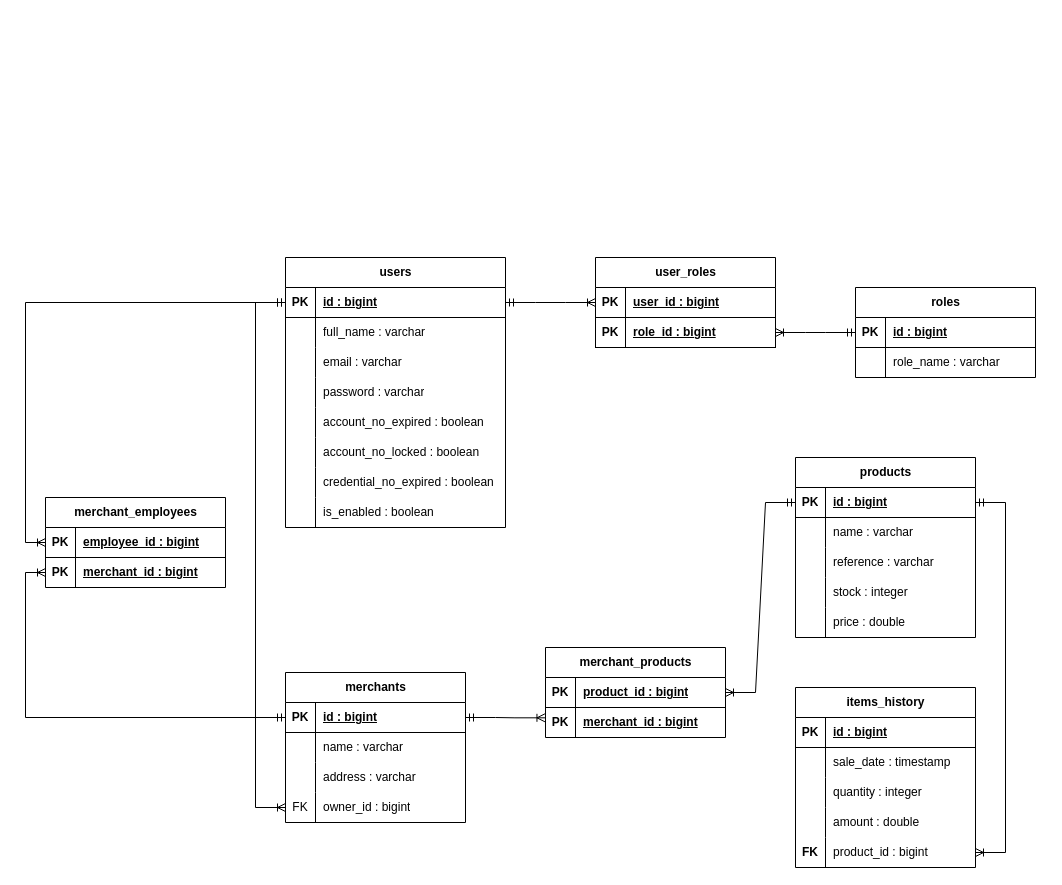
The draw.io diagram designs/MerchantDataModeler.drawio in Xxarhabia/Mercabox, before the edit. Source tidied: cells renumbered, new cells numbered last; positions are measured from the earlier drawing's top-left corner, leaving out a move shared by most shapes. Both pictures are drawn from the tidied source at 100%, with x=0, y=0 at pixel (25, 257).
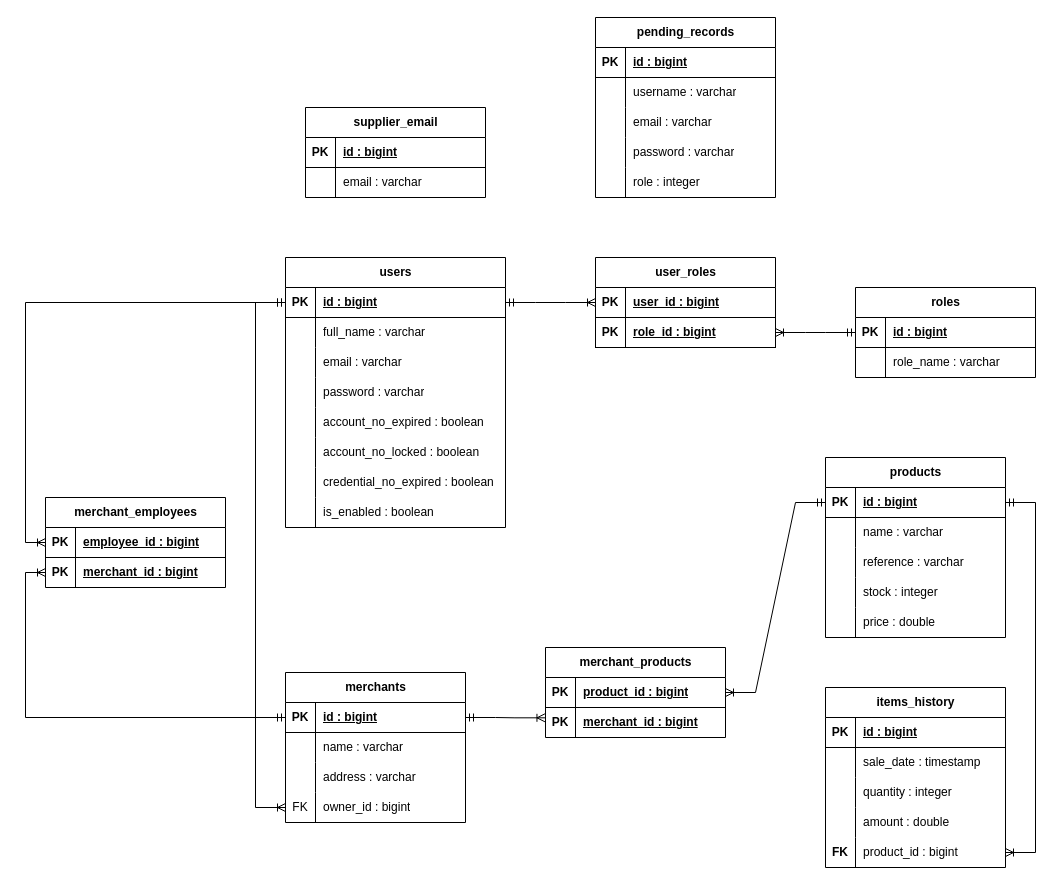
Above is the later version.

The change refers to these unchanged cells:
```xml
<mxCell id="66" style="shape=tableRow;horizontal=0;startSize=0;swimlaneHead=0;swimlaneBody=0;fillColor=none;points=[[0,0.5],[1,0.5]];portConstraint=eastwest;top=0;left=0;right=0;bottom=1;" parent="65" vertex="1">
  <mxGeometry y="30" width="180" height="30" as="geometry" />
</mxCell>
<mxCell id="103" style="shape=tableRow;horizontal=0;startSize=0;swimlaneHead=0;swimlaneBody=0;fillColor=none;points=[[0,0.5],[1,0.5]];portConstraint=eastwest;top=0;left=0;right=0;bottom=0;" parent="90" vertex="1">
  <mxGeometry y="150" width="180" height="30" as="geometry" />
</mxCell>
```

Diff of the diagram source:
```diff
@@
     <mxCell id="65" value="products" style="shape=table;startSize=30;childLayout=tableLayout;rowLines=0;fontStyle=1;align=center;html=1;" parent="1" vertex="1">
-      <mxGeometry x="770" y="200" width="180" height="180" as="geometry" />
+      <mxGeometry x="800" y="200" width="180" height="180" as="geometry" />
     </mxCell>
@@
     <mxCell id="90" value="items_history" style="shape=table;startSize=30;childLayout=tableLayout;rowLines=0;fontStyle=1;align=center;html=1;" parent="1" vertex="1">
-      <mxGeometry x="770" y="430" width="180" height="180" as="geometry" />
+      <mxGeometry x="800" y="430" width="180" height="180" as="geometry" />
     </mxCell>
@@
     <mxCell id="106" style="edgeStyle=entityRelationEdgeStyle;fontSize=12;html=1;endArrow=ERoneToMany;startArrow=ERmandOne;rounded=0;exitX=1;exitY=0.5;exitDx=0;exitDy=0;entryX=1;entryY=0.5;entryDx=0;entryDy=0;" parent="1" edge="1" source="66" target="103">
       <mxGeometry relative="1" as="geometry">
         <Array as="points">
-          <mxPoint x="960" y="400" />
+          <mxPoint x="990" y="400" />
         </Array>
       </mxGeometry>
     </mxCell>
@@
+    <mxCell id="108" value="supplier_email" style="shape=table;startSize=30;childLayout=tableLayout;rowLines=0;fontStyle=1;align=center;html=1;" parent="1" vertex="1">
+      <mxGeometry x="280" y="-150" width="180" height="90" as="geometry" />
+    </mxCell>
+    <mxCell id="109" style="shape=tableRow;horizontal=0;startSize=0;swimlaneHead=0;swimlaneBody=0;fillColor=none;top=0;left=0;right=0;bottom=1;" parent="108" vertex="1">
+      <mxGeometry y="30" width="180" height="30" as="geometry" />
+    </mxCell>
+    <mxCell id="110" value="PK" style="shape=partialRectangle;fillColor=none;top=0;left=0;bottom=0;right=0;fontStyle=1;overflow=hidden;whiteSpace=wrap;html=1;" parent="109" vertex="1">
+      <mxGeometry width="30" height="30" as="geometry" />
+    </mxCell>
+    <mxCell id="111" value="id : bigint" style="shape=partialRectangle;fillColor=none;top=0;left=0;bottom=0;right=0;align=left;spacingLeft=6;fontStyle=5;overflow=hidden;whiteSpace=wrap;html=1;" parent="109" vertex="1">
+      <mxGeometry x="30" width="150" height="30" as="geometry" />
+    </mxCell>
+    <mxCell id="112" style="shape=tableRow;horizontal=0;startSize=0;swimlaneHead=0;swimlaneBody=0;fillColor=none;top=0;left=0;right=0;bottom=0;" parent="108" vertex="1">
+      <mxGeometry y="60" width="180" height="30" as="geometry" />
+    </mxCell>
+    <mxCell id="113" style="shape=partialRectangle;fillColor=none;top=0;left=0;bottom=0;right=0;overflow=hidden;whiteSpace=wrap;html=1;" parent="112" vertex="1">
+      <mxGeometry width="30" height="30" as="geometry" />
+    </mxCell>
+    <mxCell id="114" value="email : varchar" style="shape=partialRectangle;fillColor=none;top=0;left=0;bottom=0;right=0;align=left;spacingLeft=6;overflow=hidden;whiteSpace=wrap;html=1;" parent="112" vertex="1">
+      <mxGeometry x="30" width="150" height="30" as="geometry" />
+    </mxCell>
+    <mxCell id="115" value="pending_records" style="shape=table;startSize=30;childLayout=tableLayout;rowLines=0;fontStyle=1;align=center;html=1;" parent="1" vertex="1">
+      <mxGeometry x="570" y="-240" width="180" height="180" as="geometry" />
+    </mxCell>
+    <mxCell id="116" style="shape=tableRow;horizontal=0;startSize=0;swimlaneHead=0;swimlaneBody=0;fillColor=none;top=0;left=0;right=0;bottom=1;" parent="115" vertex="1">
+      <mxGeometry y="30" width="180" height="30" as="geometry" />
+    </mxCell>
+    <mxCell id="117" value="PK" style="shape=partialRectangle;fillColor=none;top=0;left=0;bottom=0;right=0;fontStyle=1;overflow=hidden;whiteSpace=wrap;html=1;" parent="116" vertex="1">
+      <mxGeometry width="30" height="30" as="geometry" />
+    </mxCell>
+    <mxCell id="118" value="id : bigint" style="shape=partialRectangle;fillColor=none;top=0;left=0;bottom=0;right=0;align=left;spacingLeft=6;fontStyle=5;overflow=hidden;whiteSpace=wrap;html=1;" parent="116" vertex="1">
+      <mxGeometry x="30" width="150" height="30" as="geometry" />
+    </mxCell>
+    <mxCell id="119" style="shape=tableRow;horizontal=0;startSize=0;swimlaneHead=0;swimlaneBody=0;fillColor=none;top=0;left=0;right=0;bottom=0;" parent="115" vertex="1">
+      <mxGeometry y="60" width="180" height="30" as="geometry" />
+    </mxCell>
+    <mxCell id="120" style="shape=partialRectangle;fillColor=none;top=0;left=0;bottom=0;right=0;overflow=hidden;whiteSpace=wrap;html=1;" parent="119" vertex="1">
+      <mxGeometry width="30" height="30" as="geometry" />
+    </mxCell>
+    <mxCell id="121" value="username : varchar" style="shape=partialRectangle;fillColor=none;top=0;left=0;bottom=0;right=0;align=left;spacingLeft=6;overflow=hidden;whiteSpace=wrap;html=1;" parent="119" vertex="1">
+      <mxGeometry x="30" width="150" height="30" as="geometry" />
+    </mxCell>
+    <mxCell id="122" style="shape=tableRow;horizontal=0;startSize=0;swimlaneHead=0;swimlaneBody=0;fillColor=none;top=0;left=0;right=0;bottom=0;" parent="115" vertex="1">
+      <mxGeometry y="90" width="180" height="30" as="geometry" />
+    </mxCell>
+    <mxCell id="123" style="shape=partialRectangle;fillColor=none;top=0;left=0;bottom=0;right=0;overflow=hidden;whiteSpace=wrap;html=1;" parent="122" vertex="1">
+      <mxGeometry width="30" height="30" as="geometry" />
+    </mxCell>
+    <mxCell id="124" value="email : varchar" style="shape=partialRectangle;fillColor=none;top=0;left=0;bottom=0;right=0;align=left;spacingLeft=6;overflow=hidden;whiteSpace=wrap;html=1;" parent="122" vertex="1">
+      <mxGeometry x="30" width="150" height="30" as="geometry" />
+    </mxCell>
+    <mxCell id="125" style="shape=tableRow;horizontal=0;startSize=0;swimlaneHead=0;swimlaneBody=0;fillColor=none;top=0;left=0;right=0;bottom=0;" parent="115" vertex="1">
+      <mxGeometry y="120" width="180" height="30" as="geometry" />
+    </mxCell>
+    <mxCell id="126" style="shape=partialRectangle;fillColor=none;top=0;left=0;bottom=0;right=0;overflow=hidden;whiteSpace=wrap;html=1;" parent="125" vertex="1">
+      <mxGeometry width="30" height="30" as="geometry" />
+    </mxCell>
+    <mxCell id="127" value="password : varchar" style="shape=partialRectangle;fillColor=none;top=0;left=0;bottom=0;right=0;align=left;spacingLeft=6;overflow=hidden;whiteSpace=wrap;html=1;" parent="125" vertex="1">
+      <mxGeometry x="30" width="150" height="30" as="geometry" />
+    </mxCell>
+    <mxCell id="128" style="shape=tableRow;horizontal=0;startSize=0;swimlaneHead=0;swimlaneBody=0;fillColor=none;top=0;left=0;right=0;bottom=0;" parent="115" vertex="1">
+      <mxGeometry y="150" width="180" height="30" as="geometry" />
+    </mxCell>
+    <mxCell id="129" style="shape=partialRectangle;fillColor=none;top=0;left=0;bottom=0;right=0;overflow=hidden;whiteSpace=wrap;html=1;" parent="128" vertex="1">
+      <mxGeometry width="30" height="30" as="geometry" />
+    </mxCell>
+    <mxCell id="130" value="role : integer" style="shape=partialRectangle;fillColor=none;top=0;left=0;bottom=0;right=0;align=left;spacingLeft=6;overflow=hidden;whiteSpace=wrap;html=1;" parent="128" vertex="1">
+      <mxGeometry x="30" width="150" height="30" as="geometry" />
+    </mxCell>
```
